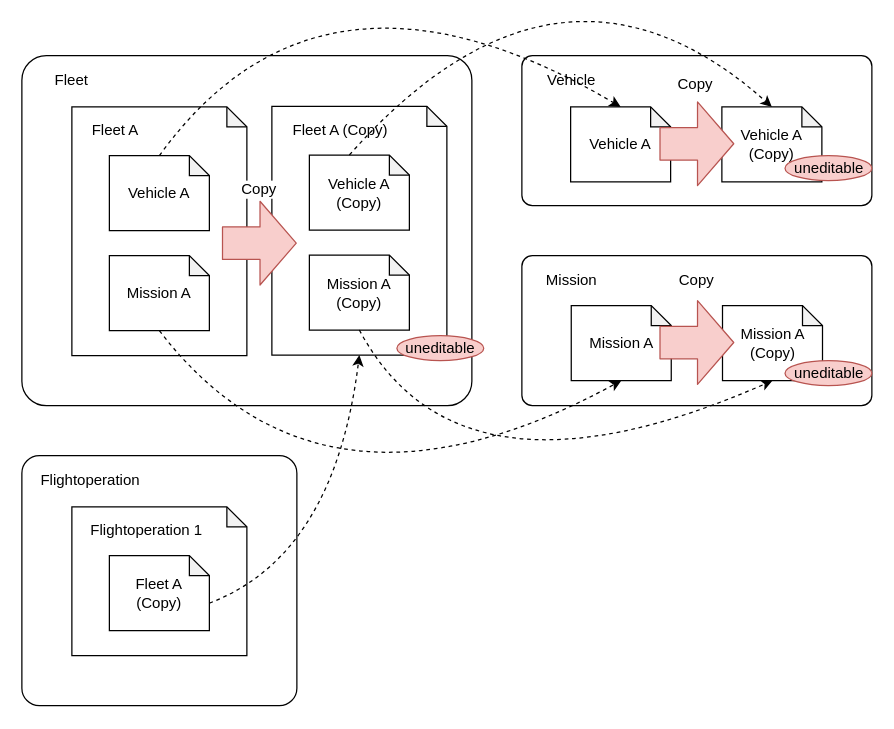
Above: page "flightoperation resource copy" (15 of 22) of contents/assets/skysign-domain-models-images.drawio in Tomofiles/skysign_cloud_v2 (draw.io), before the change. Source tidied: cells renumbered, new cells numbered last; positions are measured from the earlier drawing's top-left corner, leaving out a move shared by most shapes. Both pictures are drawn from the tidied source at 125%, with x=0, y=0 at pixel (21, -82).
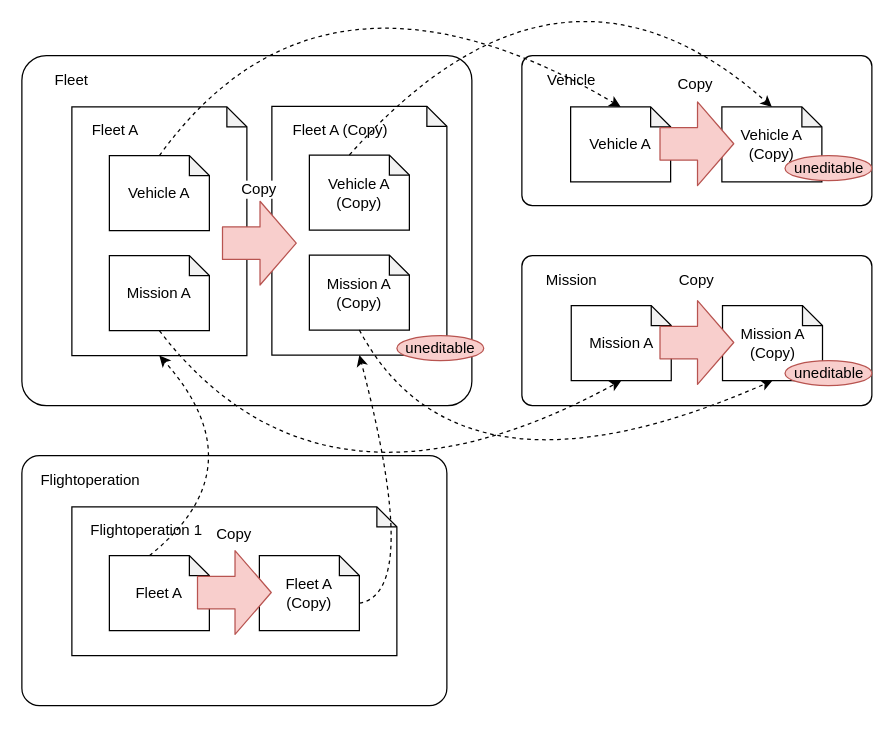
Above is the later version.

Unchanged cells that the change refers to:
```xml
<mxCell id="10" value="Mission A" style="shape=note;whiteSpace=wrap;html=1;backgroundOutline=1;darkOpacity=0.05;size=16;" parent="1" vertex="1">
  <mxGeometry x="439.5" y="310" width="80" height="60" as="geometry" />
</mxCell>
<mxCell id="11" value="Mission A&lt;br&gt;(Copy)" style="shape=note;whiteSpace=wrap;html=1;backgroundOutline=1;darkOpacity=0.05;size=16;" parent="1" vertex="1">
  <mxGeometry x="560.5" y="310" width="80" height="60" as="geometry" />
</mxCell>
<mxCell id="12" style="shape=note;whiteSpace=wrap;html=1;backgroundOutline=1;darkOpacity=0.05;size=16;" parent="1" vertex="1">
  <mxGeometry x="40" y="151" width="140" height="199" as="geometry" />
</mxCell>
<mxCell id="18" style="shape=note;whiteSpace=wrap;html=1;backgroundOutline=1;darkOpacity=0.05;size=16;" parent="1" vertex="1">
  <mxGeometry x="200" y="150.5" width="140" height="199" as="geometry" />
</mxCell>
```

The edit, as a diff of the source:
```diff
@@
+    <mxCell id="39" style="edgeStyle=orthogonalEdgeStyle;rounded=0;jettySize=auto;html=1;" parent="1" edge="1" source="11" target="10">
+      <mxGeometry relative="1" as="geometry" />
+    </mxCell>
@@
     <mxCell id="24" style="rounded=1;whiteSpace=wrap;html=1;arcSize=7;" parent="1" vertex="1">
-      <mxGeometry y="430" width="220" height="200" as="geometry" />
+      <mxGeometry y="430" width="340" height="200" as="geometry" />
     </mxCell>
     <mxCell id="25" style="shape=note;whiteSpace=wrap;html=1;backgroundOutline=1;darkOpacity=0.05;size=16;" parent="1" vertex="1">
-      <mxGeometry x="40" y="471" width="140" height="119" as="geometry" />
+      <mxGeometry x="40" y="471" width="260" height="119" as="geometry" />
     </mxCell>
-    <mxCell id="26" value="Fleet A&lt;br&gt;(Copy)" style="shape=note;whiteSpace=wrap;html=1;backgroundOutline=1;darkOpacity=0.05;size=16;" parent="1" vertex="1">
+    <mxCell id="26" value="Fleet A" style="shape=note;whiteSpace=wrap;html=1;backgroundOutline=1;darkOpacity=0.05;size=16;" parent="1" vertex="1">
       <mxGeometry x="70" y="510" width="80" height="60" as="geometry" />
     </mxCell>
@@
-    <mxCell id="32" style="curved=1;endArrow=classic;html=1;exitX=0;exitY=0;exitDx=80;exitDy=38;exitPerimeter=0;entryX=0.5;entryY=1;entryDx=0;entryDy=0;entryPerimeter=0;dashed=1;" parent="1" edge="1" source="26" target="18">
+    <mxCell id="32" style="curved=1;endArrow=classic;html=1;entryX=0.5;entryY=1;entryDx=0;entryDy=0;entryPerimeter=0;dashed=1;" parent="1" edge="1" target="18">
       <mxGeometry relative="1" as="geometry">
+        <mxPoint x="270" y="548" as="sourcePoint" />
         <Array as="points">
-          <mxPoint x="250" y="510" />
+          <mxPoint x="320" y="540" />
         </Array>
       </mxGeometry>
     </mxCell>
@@
+    <mxCell id="40" value="Fleet A&lt;br&gt;(Copy)" style="shape=note;whiteSpace=wrap;html=1;backgroundOutline=1;darkOpacity=0.05;size=16;" parent="1" vertex="1">
+      <mxGeometry x="190" y="510" width="80" height="60" as="geometry" />
+    </mxCell>
+    <mxCell id="41" style="shape=flexArrow;endArrow=classic;html=1;endWidth=40;endSize=9.33;width=26;fillColor=#f8cecc;strokeColor=#b85450;" parent="1" edge="1">
+      <mxGeometry relative="1" as="geometry">
+        <mxPoint x="140" y="539.5" as="sourcePoint" />
+        <mxPoint x="200" y="539.5" as="targetPoint" />
+      </mxGeometry>
+    </mxCell>
+    <mxCell id="42" style="curved=1;endArrow=classic;html=1;entryX=0.5;entryY=1;entryDx=0;entryDy=0;entryPerimeter=0;dashed=1;exitX=0;exitY=0;exitDx=32;exitDy=0;exitPerimeter=0;" parent="1" edge="1" source="26" target="12">
+      <mxGeometry relative="1" as="geometry">
+        <Array as="points">
+          <mxPoint x="190" y="440" />
+        </Array>
+      </mxGeometry>
+    </mxCell>
+    <mxCell id="43" value="Copy" style="text;html=1;strokeColor=none;align=center;verticalAlign=middle;whiteSpace=wrap;rounded=0;fillColor=#ffffff;" parent="1" vertex="1">
+      <mxGeometry x="150" y="485.5" width="40" height="14.5" as="geometry" />
+    </mxCell>
```
